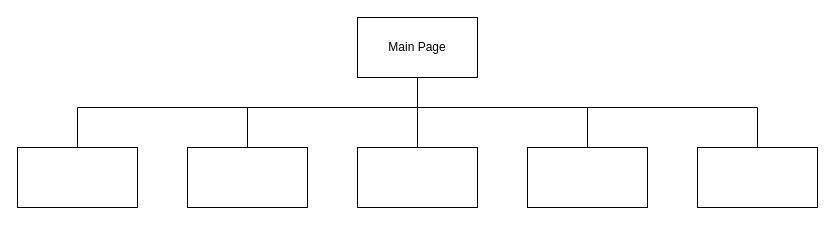
cpssmgyu/Object-oriented-Programming-Assignment- keeps this draw.io diagram as Untitled Diagram.drawio. Above is the earlier version. Source tidied: cells renumbered, new cells numbered last; positions are measured from the earlier drawing's top-left corner, leaving out a move shared by most shapes. Both pictures are drawn from the tidied source at 100%, with x=0, y=0 at pixel (17, 17).
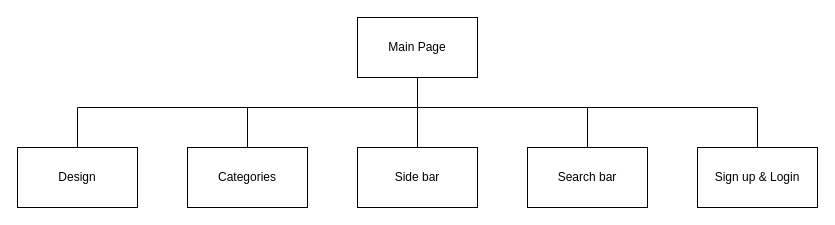
The same page after the edit.

Diff of the diagram source:
```diff
@@
-    <mxCell id="6" style="rounded=0;whiteSpace=wrap;html=1;" parent="1" vertex="1">
+    <mxCell id="6" value="Design" style="rounded=0;whiteSpace=wrap;html=1;" parent="1" vertex="1">
       <mxGeometry y="130" width="120" height="60" as="geometry" />
     </mxCell>
@@
-    <mxCell id="8" style="rounded=0;whiteSpace=wrap;html=1;" parent="1" vertex="1">
+    <mxCell id="8" value="Categories" style="rounded=0;whiteSpace=wrap;html=1;" parent="1" vertex="1">
       <mxGeometry x="170" y="130" width="120" height="60" as="geometry" />
     </mxCell>
@@
-    <mxCell id="10" style="rounded=0;whiteSpace=wrap;html=1;" parent="1" vertex="1">
+    <mxCell id="10" value="Side bar" style="rounded=0;whiteSpace=wrap;html=1;" parent="1" vertex="1">
       <mxGeometry x="340" y="130" width="120" height="60" as="geometry" />
     </mxCell>
@@
-    <mxCell id="12" style="rounded=0;whiteSpace=wrap;html=1;" parent="1" vertex="1">
+    <mxCell id="12" value="Sign up &amp;amp; Login" style="rounded=0;whiteSpace=wrap;html=1;" parent="1" vertex="1">
       <mxGeometry x="680" y="130" width="120" height="60" as="geometry" />
     </mxCell>
@@
-    <mxCell id="14" style="rounded=0;whiteSpace=wrap;html=1;" parent="1" vertex="1">
+    <mxCell id="14" value="Search bar" style="rounded=0;whiteSpace=wrap;html=1;" parent="1" vertex="1">
       <mxGeometry x="510" y="130" width="120" height="60" as="geometry" />
     </mxCell>
```
